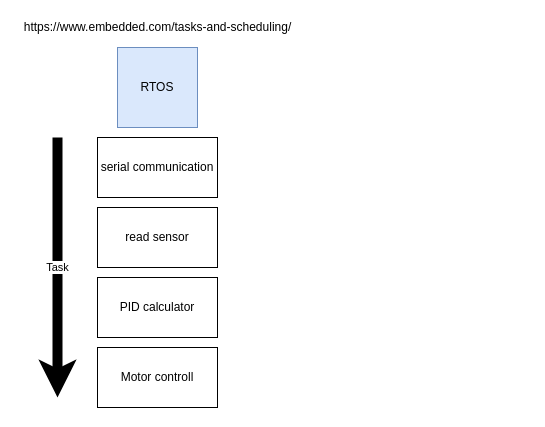
The draw.io diagram diagrams/threads nucleo.drawio in BartvanS/sem3-eindopdracht-auto, before the edit. Source tidied: cells renumbered, new cells numbered last; positions are measured from the earlier drawing's top-left corner, leaving out a move shared by most shapes. Both pictures are drawn from the tidied source at 100%, with x=0, y=0 at pixel (17, 17).
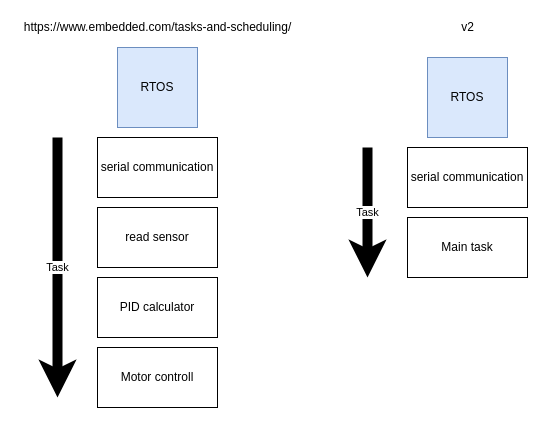
The same diagram, later.

The edit, as a diff of the source:
```diff
@@
 <mxGraphModel>
   <root>
     <mxCell id="0" />
     <mxCell id="1" parent="0" />
     <mxCell id="2" value="serial communication" style="rounded=0;whiteSpace=wrap;html=1;" parent="1" vertex="1">
       <mxGeometry x="80" y="120" width="120" height="60" as="geometry" />
     </mxCell>
     <mxCell id="3" value="read sensor" style="rounded=0;whiteSpace=wrap;html=1;" parent="1" vertex="1">
       <mxGeometry x="80" y="190" width="120" height="60" as="geometry" />
     </mxCell>
     <mxCell id="4" value="RTOS" style="whiteSpace=wrap;html=1;fillColor=#dae8fc;strokeColor=#6c8ebf;" parent="1" vertex="1">
       <mxGeometry x="100" y="30" width="80" height="80" as="geometry" />
     </mxCell>
     <mxCell id="5" value="https://www.embedded.com/tasks-and-scheduling/" style="text;html=1;align=center;verticalAlign=middle;" parent="1" vertex="1">
       <mxGeometry width="280" height="20" as="geometry" />
     </mxCell>
     <mxCell id="6" value="PID calculator" style="rounded=0;whiteSpace=wrap;html=1;" parent="1" vertex="1">
       <mxGeometry x="80" y="260" width="120" height="60" as="geometry" />
     </mxCell>
     <mxCell id="7" value="Motor controll" style="rounded=0;whiteSpace=wrap;html=1;" parent="1" vertex="1">
       <mxGeometry x="80" y="330" width="120" height="60" as="geometry" />
     </mxCell>
     <mxCell id="8" value="Task" style="endArrow=classic;html=1;strokeWidth=10;" parent="1" edge="1">
       <mxGeometry relative="1" as="geometry">
         <mxPoint x="40" y="120" as="sourcePoint" />
         <mxPoint x="40" y="380" as="targetPoint" />
       </mxGeometry>
     </mxCell>
+    <mxCell id="9" value="serial communication" style="rounded=0;whiteSpace=wrap;html=1;" parent="1" vertex="1">
+      <mxGeometry x="390" y="130" width="120" height="60" as="geometry" />
+    </mxCell>
+    <mxCell id="10" value="RTOS" style="whiteSpace=wrap;html=1;fillColor=#dae8fc;strokeColor=#6c8ebf;" parent="1" vertex="1">
+      <mxGeometry x="410" y="40" width="80" height="80" as="geometry" />
+    </mxCell>
+    <mxCell id="11" value="Task" style="endArrow=classic;html=1;strokeWidth=10;" parent="1" edge="1">
+      <mxGeometry relative="1" as="geometry">
+        <mxPoint x="350" y="130" as="sourcePoint" />
+        <mxPoint x="350" y="260" as="targetPoint" />
+      </mxGeometry>
+    </mxCell>
+    <mxCell id="12" value="v2" style="text;html=1;align=center;verticalAlign=middle;" parent="1" vertex="1">
+      <mxGeometry x="435" width="30" height="20" as="geometry" />
+    </mxCell>
+    <mxCell id="13" value="Main task" style="rounded=0;whiteSpace=wrap;html=1;" parent="1" vertex="1">
+      <mxGeometry x="390" y="200" width="120" height="60" as="geometry" />
+    </mxCell>
   </root>
 </mxGraphModel>
```
